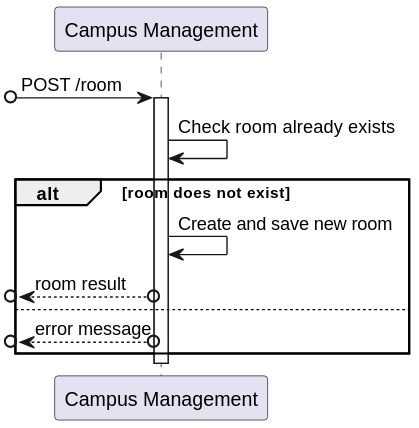
This is docs/US/ID-310/SD Lv1.svg from winqus/RobDroneGo, a PlantUML export, as it was before one commit.
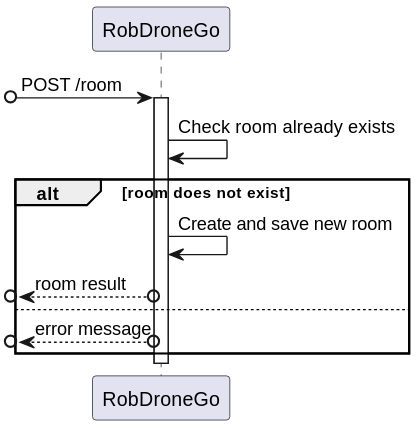
After the commit.

The edit, as a diff of the source:
```diff
@@ -1,6 +1,6 @@
 @startuml SD Lv1
 
-participant "Campus Management" as system
+participant "RobDroneGo" as system
 [o-> system : POST /room
 activate system
 
```
